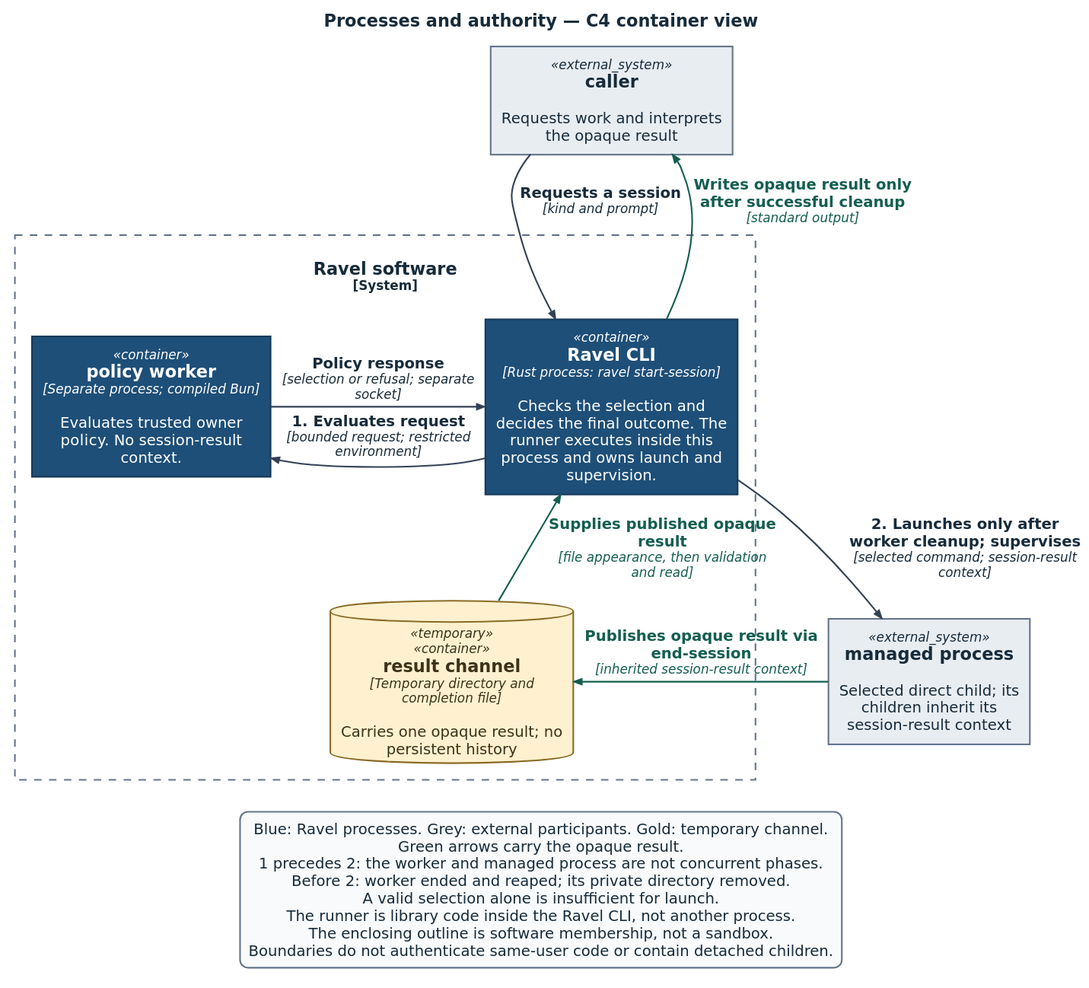
This is docs/book/src/figures/process-authority.svg from Linkuistics/Ravel, a PlantUML export, as it was before one commit. Its source is kept beside it as docs/book/src/figures/process-authority.puml.
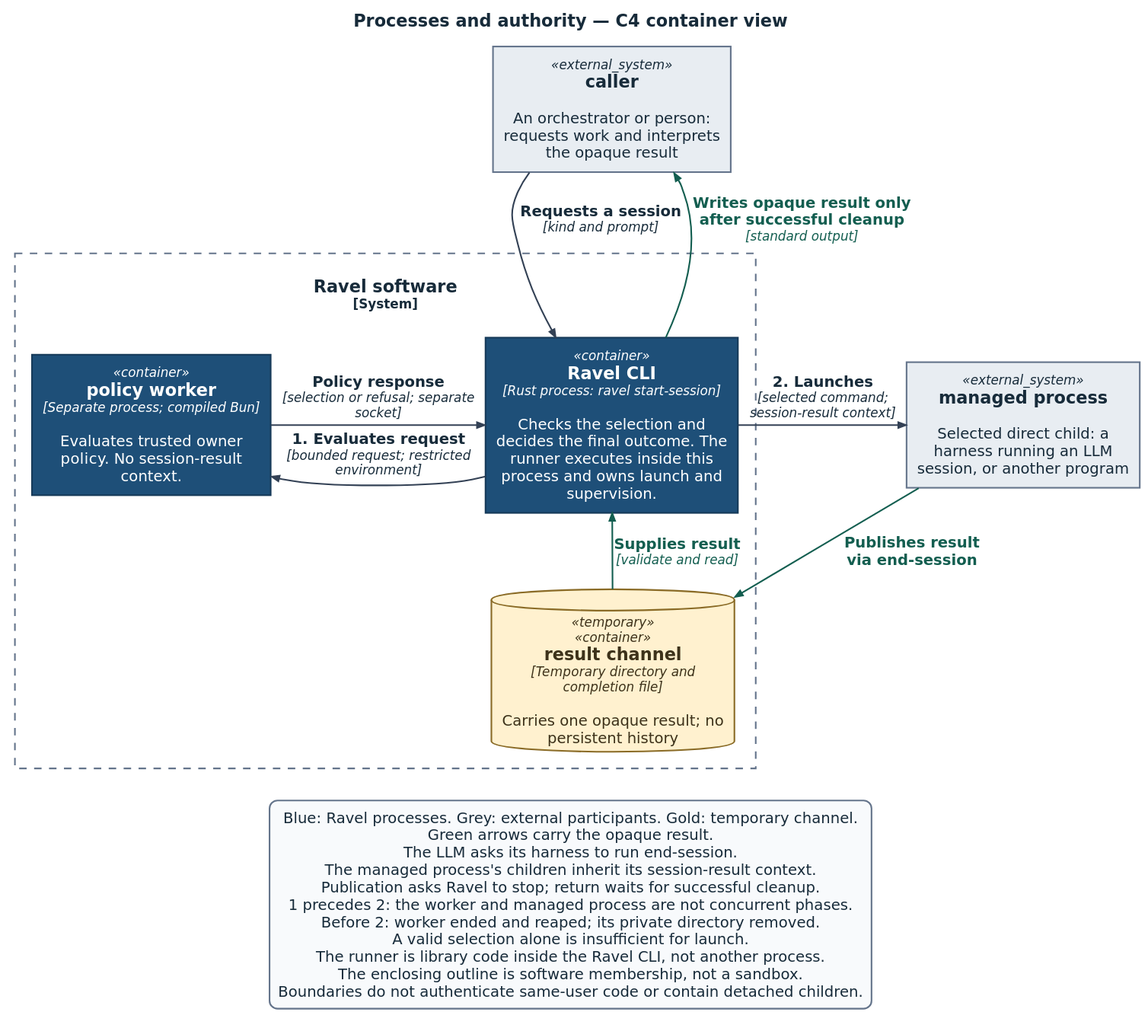
The same diagram one commit later.

Change to the diagram source:
```diff
@@ -3,23 +3,26 @@
 !include <C4/C4_Container>
 !include _style.puml
 title Processes and authority — C4 container view
-System_Ext(caller, "caller", "Requests work and interprets the opaque result")
+System_Ext(caller, "caller", "An orchestrator or person: requests work and interprets the opaque result")
 System_Boundary(ravel, "Ravel software") {
   Container(worker, "policy worker", "Separate process; compiled Bun", "Evaluates trusted owner policy. No session-result context.")
   Container(front, "Ravel CLI", "Rust process: ravel start-session", "Checks the selection and decides the final outcome. The runner executes inside this process and owns launch and supervision.")
   ContainerDb(channel, "result channel", "Temporary directory and completion file", "Carries one opaque result; no persistent history", $tags="temporary")
 }
-System_Ext(managed, "managed process", "Selected direct child; its children inherit its session-result context")
+System_Ext(managed, "managed process", "Selected direct child: a harness running an LLM session, or another program")
 Rel_D(caller, front, "Requests a session", "kind and prompt")
 Rel_U(front, caller, "Writes opaque result only after successful cleanup", "standard output", $tags="result")
 Rel_L(front, worker, "1. Evaluates request", "bounded request; restricted environment")
 Rel_R(worker, front, "Policy response", "selection or refusal; separate socket")
-Rel_D(front, managed, "2. Launches only after worker cleanup; supervises", "selected command; session-result context")
-Rel_L(managed, channel, "Publishes opaque result via end-session", "inherited session-result context", $tags="result")
-Rel_U(channel, front, "Supplies published opaque result", "file appearance, then validation and read", $tags="result")
+Rel_R(front, managed, "2. Launches", "selected command;\nsession-result context")
+Rel_D(managed, channel, "Publishes result\nvia end-session", $tags="result")
+Rel_U(channel, front, "Supplies result", "validate and read", $tags="result")
 legend bottom
   Blue: Ravel processes. Grey: external participants. Gold: temporary channel.
   Green arrows carry the opaque result.
+  The LLM asks its harness to run end-session.
+  The managed process's children inherit its session-result context.
+  Publication asks Ravel to stop; return waits for successful cleanup.
   1 precedes 2: the worker and managed process are not concurrent phases.
   Before 2: worker ended and reaped; its private directory removed.
   A valid selection alone is insufficient for launch.
```
